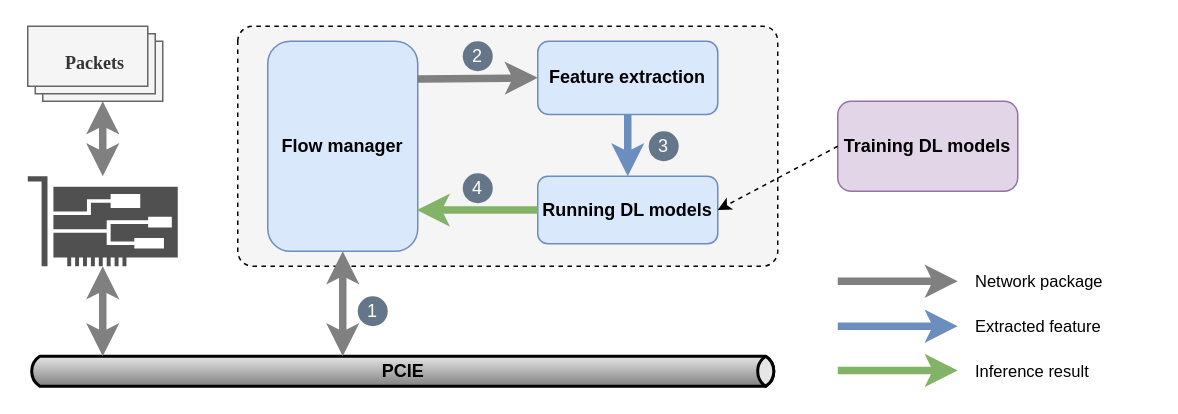
The draw.io diagram 现在的框架图.drawio in CHRIS123540/GPU, before the edit. Source tidied: cells renumbered, new cells numbered last; positions are measured from the earlier drawing's top-left corner, leaving out a move shared by most shapes. Both pictures are drawn from the tidied source at 150%, with x=0, y=0 at pixel (27, 26).
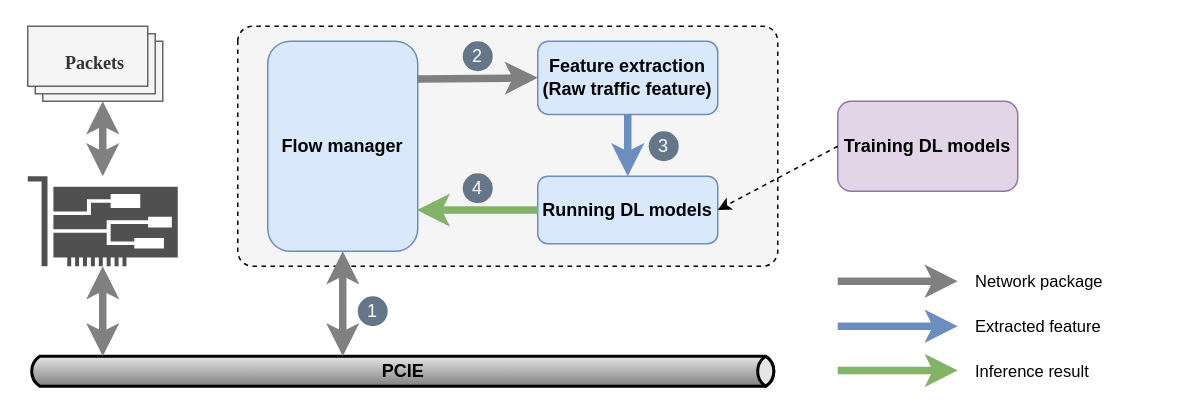
The same page after the edit.

Commit message:
更新现在的框架图.drawio

The change refers to these unchanged cells:
```xml
<mxCell id="2" style="shape=mxgraph.bpmn.task;whiteSpace=wrap;rectStyle=rounded;size=10;html=1;taskMarker=abstract;fillColor=#f5f5f5;fontColor=#333333;strokeColor=default;labelPosition=left;verticalLabelPosition=top;align=right;verticalAlign=bottom;dashed=1;fontSize=12;fontStyle=1;" parent="1" vertex="1">
  <mxGeometry x="140" width="360" height="160" as="geometry" />
</mxCell>
```

Change to the diagram source:
```diff
@@
-    <mxCell id="4" value="Feature extraction" style="rounded=1;whiteSpace=wrap;html=1;fillColor=#dae8fc;strokeColor=#6c8ebf;fontSize=12;fontStyle=1;" parent="2" vertex="1">
+    <mxCell id="4" value="Feature extraction&lt;br&gt;(Raw traffic feature)" style="rounded=1;whiteSpace=wrap;html=1;fillColor=#dae8fc;strokeColor=#6c8ebf;fontSize=12;fontStyle=1;" parent="2" vertex="1">
       <mxGeometry x="200" y="10" width="120" height="48.8" as="geometry" />
     </mxCell>
```
